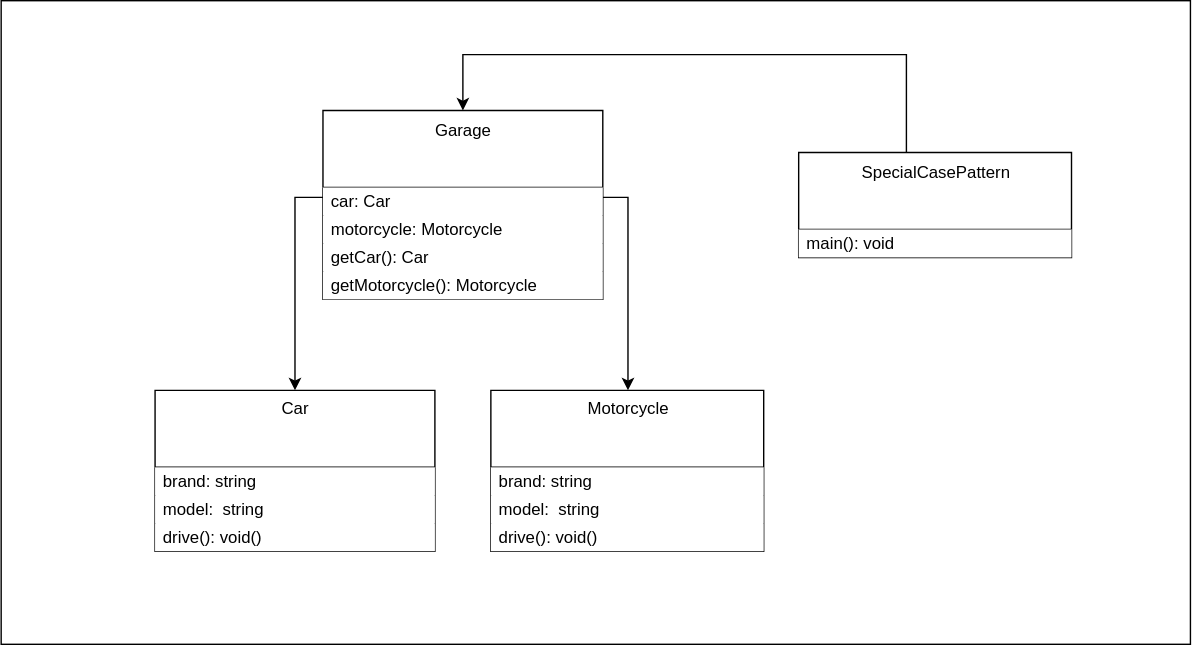
The draw.io diagram images/clean-code-error-handling/SpecialCasePattern-1.svg in GabrielSlima/blog, before a commit. Source tidied: cells renumbered, new cells last; positions are measured from the earlier drawing's top-left corner, leaving out a move shared by most shapes. Source of this version:
```xml
<mxGraphModel>
  <root>
    <mxCell id="0" />
    <mxCell id="1" parent="0" />
    <mxCell id="2" style="rounded=0;whiteSpace=wrap;html=1;fillColor=none;" parent="1" vertex="1">
      <mxGeometry width="850" height="460" as="geometry" />
    </mxCell>
    <mxCell id="3" style="edgeStyle=orthogonalEdgeStyle;rounded=0;jettySize=auto;html=1;" parent="1" edge="1" source="5" target="10">
      <mxGeometry relative="1" as="geometry">
        <Array as="points">
          <mxPoint x="448" y="140.5" />
        </Array>
      </mxGeometry>
    </mxCell>
    <mxCell id="4" style="edgeStyle=orthogonalEdgeStyle;rounded=0;jettySize=auto;html=1;" parent="1" edge="1" source="5" target="14">
      <mxGeometry relative="1" as="geometry">
        <Array as="points">
          <mxPoint x="210" y="140.5" />
        </Array>
      </mxGeometry>
    </mxCell>
    <mxCell id="5" value="Garage" style="swimlane;fontStyle=0;align=center;verticalAlign=top;horizontal=1;startSize=55;html=1;" parent="1" vertex="1">
      <mxGeometry x="230" y="78.5" width="200" height="135" as="geometry" />
    </mxCell>
    <mxCell id="6" value="&lt;div&gt;car: Car&lt;/div&gt;" style="text;html=1;strokeColor=none;align=left;verticalAlign=middle;spacingLeft=4;spacingRight=4;overflow=hidden;fillColor=#ffffff;" parent="5" vertex="1">
      <mxGeometry y="55" width="200" height="20" as="geometry" />
    </mxCell>
    <mxCell id="7" value="&lt;div&gt;motorcycle: Motorcycle&lt;/div&gt;" style="text;html=1;strokeColor=none;align=left;verticalAlign=middle;spacingLeft=4;spacingRight=4;overflow=hidden;fillColor=#ffffff;" parent="5" vertex="1">
      <mxGeometry y="75" width="200" height="20" as="geometry" />
    </mxCell>
    <mxCell id="8" value="&lt;div&gt;getCar(): Car&lt;/div&gt;" style="text;html=1;strokeColor=none;align=left;verticalAlign=middle;spacingLeft=4;spacingRight=4;overflow=hidden;fillColor=#ffffff;" parent="5" vertex="1">
      <mxGeometry y="95" width="200" height="20" as="geometry" />
    </mxCell>
    <mxCell id="9" value="&lt;div&gt;getMotorcycle(): Motorcycle&lt;/div&gt;" style="text;html=1;strokeColor=none;align=left;verticalAlign=middle;spacingLeft=4;spacingRight=4;overflow=hidden;fillColor=#ffffff;" parent="5" vertex="1">
      <mxGeometry y="115" width="200" height="20" as="geometry" />
    </mxCell>
    <mxCell id="10" value="Motorcycle" style="swimlane;fontStyle=0;align=center;verticalAlign=top;horizontal=1;startSize=55;html=1;" parent="1" vertex="1">
      <mxGeometry x="350" y="278.5" width="195" height="115" as="geometry" />
    </mxCell>
    <mxCell id="11" value="brand: string" style="text;html=1;strokeColor=none;align=left;verticalAlign=middle;spacingLeft=4;spacingRight=4;overflow=hidden;fillColor=#ffffff;" parent="10" vertex="1">
      <mxGeometry y="55" width="195" height="20" as="geometry" />
    </mxCell>
    <mxCell id="12" value="&lt;div&gt;model:&amp;nbsp; string&lt;/div&gt;" style="text;html=1;strokeColor=none;align=left;verticalAlign=middle;spacingLeft=4;spacingRight=4;overflow=hidden;fillColor=#ffffff;" parent="10" vertex="1">
      <mxGeometry y="75" width="195" height="20" as="geometry" />
    </mxCell>
    <mxCell id="13" value="&lt;div&gt;drive(): void()&lt;/div&gt;" style="text;html=1;strokeColor=none;align=left;verticalAlign=middle;spacingLeft=4;spacingRight=4;overflow=hidden;fillColor=#ffffff;" parent="10" vertex="1">
      <mxGeometry y="95" width="195" height="20" as="geometry" />
    </mxCell>
    <mxCell id="14" value="Car" style="swimlane;fontStyle=0;align=center;verticalAlign=top;horizontal=1;startSize=55;html=1;" parent="1" vertex="1">
      <mxGeometry x="110" y="278.5" width="200" height="115" as="geometry" />
    </mxCell>
    <mxCell id="15" value="brand: string" style="text;html=1;strokeColor=none;align=left;verticalAlign=middle;spacingLeft=4;spacingRight=4;overflow=hidden;fillColor=#ffffff;" parent="14" vertex="1">
      <mxGeometry y="55" width="200" height="20" as="geometry" />
    </mxCell>
    <mxCell id="16" value="&lt;div&gt;model:&amp;nbsp; string&lt;/div&gt;" style="text;html=1;strokeColor=none;align=left;verticalAlign=middle;spacingLeft=4;spacingRight=4;overflow=hidden;fillColor=#ffffff;" parent="14" vertex="1">
      <mxGeometry y="75" width="200" height="20" as="geometry" />
    </mxCell>
    <mxCell id="17" value="&lt;div&gt;drive(): void()&lt;/div&gt;" style="text;html=1;strokeColor=none;align=left;verticalAlign=middle;spacingLeft=4;spacingRight=4;overflow=hidden;fillColor=#ffffff;" parent="14" vertex="1">
      <mxGeometry y="95" width="200" height="20" as="geometry" />
    </mxCell>
    <mxCell id="18" style="edgeStyle=orthogonalEdgeStyle;rounded=0;jettySize=auto;html=1;entryX=0.5;entryY=0;entryDx=0;entryDy=0;" parent="1" edge="1" source="19" target="5">
      <mxGeometry relative="1" as="geometry">
        <Array as="points">
          <mxPoint x="647" y="38.5" />
          <mxPoint x="330" y="38.5" />
        </Array>
      </mxGeometry>
    </mxCell>
    <mxCell id="19" value="SpecialCasePattern" style="swimlane;fontStyle=0;align=center;verticalAlign=top;horizontal=1;startSize=55;html=1;" parent="1" vertex="1">
      <mxGeometry x="570" y="108.5" width="195" height="75" as="geometry" />
    </mxCell>
    <mxCell id="20" value="&lt;div&gt;main(): void&lt;/div&gt;" style="text;html=1;strokeColor=none;align=left;verticalAlign=middle;spacingLeft=4;spacingRight=4;overflow=hidden;fillColor=#ffffff;" parent="19" vertex="1">
      <mxGeometry y="55" width="195" height="20" as="geometry" />
    </mxCell>
  </root>
</mxGraphModel>
```
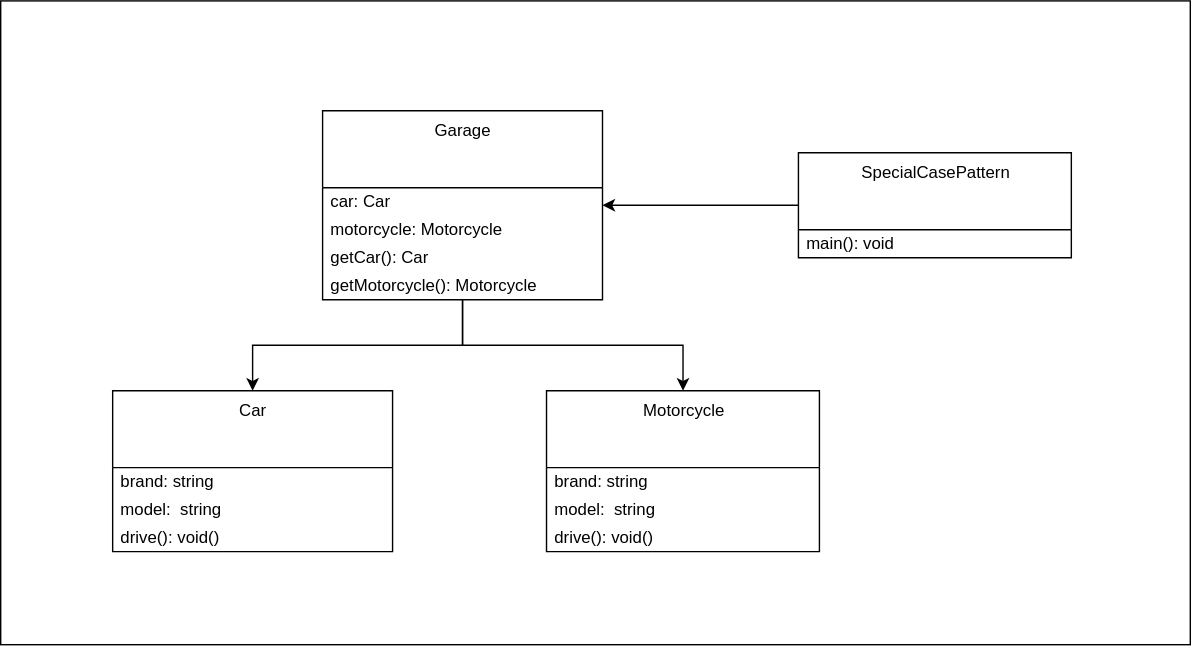
Above is the later version.

Diff of the diagram source:
```diff
@@ -5,71 +5,58 @@
     <mxCell id="2" style="rounded=0;whiteSpace=wrap;html=1;fillColor=none;" parent="1" vertex="1">
       <mxGeometry width="850" height="460" as="geometry" />
     </mxCell>
+    <mxCell id="4" style="edgeStyle=orthogonalEdgeStyle;rounded=0;jettySize=auto;html=1;" parent="1" edge="1" source="5" target="14">
+      <mxGeometry relative="1" as="geometry" />
+    </mxCell>
     <mxCell id="3" style="edgeStyle=orthogonalEdgeStyle;rounded=0;jettySize=auto;html=1;" parent="1" edge="1" source="5" target="10">
-      <mxGeometry relative="1" as="geometry">
-        <Array as="points">
-          <mxPoint x="448" y="140.5" />
-        </Array>
-      </mxGeometry>
+      <mxGeometry relative="1" as="geometry" />
     </mxCell>
-    <mxCell id="4" style="edgeStyle=orthogonalEdgeStyle;rounded=0;jettySize=auto;html=1;" parent="1" edge="1" source="5" target="14">
-      <mxGeometry relative="1" as="geometry">
-        <Array as="points">
-          <mxPoint x="210" y="140.5" />
-        </Array>
-      </mxGeometry>
-    </mxCell>
-    <mxCell id="5" value="Garage" style="swimlane;fontStyle=0;align=center;verticalAlign=top;horizontal=1;startSize=55;html=1;" parent="1" vertex="1">
+    <mxCell id="5" value="Garage" style="swimlane;fontStyle=0;align=center;verticalAlign=top;horizontal=1;startSize=55;html=1;fillColor=none;" parent="1" vertex="1">
       <mxGeometry x="230" y="78.5" width="200" height="135" as="geometry" />
     </mxCell>
-    <mxCell id="6" value="&lt;div&gt;car: Car&lt;/div&gt;" style="text;html=1;strokeColor=none;align=left;verticalAlign=middle;spacingLeft=4;spacingRight=4;overflow=hidden;fillColor=#ffffff;" parent="5" vertex="1">
+    <mxCell id="6" value="&lt;div&gt;car: Car&lt;/div&gt;" style="text;html=1;strokeColor=none;align=left;verticalAlign=middle;spacingLeft=4;spacingRight=4;overflow=hidden;" parent="5" vertex="1">
       <mxGeometry y="55" width="200" height="20" as="geometry" />
     </mxCell>
-    <mxCell id="7" value="&lt;div&gt;motorcycle: Motorcycle&lt;/div&gt;" style="text;html=1;strokeColor=none;align=left;verticalAlign=middle;spacingLeft=4;spacingRight=4;overflow=hidden;fillColor=#ffffff;" parent="5" vertex="1">
+    <mxCell id="7" value="&lt;div&gt;motorcycle: Motorcycle&lt;/div&gt;" style="text;html=1;strokeColor=none;align=left;verticalAlign=middle;spacingLeft=4;spacingRight=4;overflow=hidden;" parent="5" vertex="1">
       <mxGeometry y="75" width="200" height="20" as="geometry" />
     </mxCell>
-    <mxCell id="8" value="&lt;div&gt;getCar(): Car&lt;/div&gt;" style="text;html=1;strokeColor=none;align=left;verticalAlign=middle;spacingLeft=4;spacingRight=4;overflow=hidden;fillColor=#ffffff;" parent="5" vertex="1">
+    <mxCell id="8" value="&lt;div&gt;getCar(): Car&lt;/div&gt;" style="text;html=1;strokeColor=none;align=left;verticalAlign=middle;spacingLeft=4;spacingRight=4;overflow=hidden;" parent="5" vertex="1">
       <mxGeometry y="95" width="200" height="20" as="geometry" />
     </mxCell>
-    <mxCell id="9" value="&lt;div&gt;getMotorcycle(): Motorcycle&lt;/div&gt;" style="text;html=1;strokeColor=none;align=left;verticalAlign=middle;spacingLeft=4;spacingRight=4;overflow=hidden;fillColor=#ffffff;" parent="5" vertex="1">
+    <mxCell id="9" value="&lt;div&gt;getMotorcycle(): Motorcycle&lt;/div&gt;" style="text;html=1;strokeColor=none;align=left;verticalAlign=middle;spacingLeft=4;spacingRight=4;overflow=hidden;" parent="5" vertex="1">
       <mxGeometry y="115" width="200" height="20" as="geometry" />
     </mxCell>
-    <mxCell id="10" value="Motorcycle" style="swimlane;fontStyle=0;align=center;verticalAlign=top;horizontal=1;startSize=55;html=1;" parent="1" vertex="1">
-      <mxGeometry x="350" y="278.5" width="195" height="115" as="geometry" />
+    <mxCell id="10" value="Motorcycle" style="swimlane;fontStyle=0;align=center;verticalAlign=top;horizontal=1;startSize=55;html=1;fillColor=none;" parent="1" vertex="1">
+      <mxGeometry x="390" y="278.5" width="195" height="115" as="geometry" />
     </mxCell>
-    <mxCell id="11" value="brand: string" style="text;html=1;strokeColor=none;align=left;verticalAlign=middle;spacingLeft=4;spacingRight=4;overflow=hidden;fillColor=#ffffff;" parent="10" vertex="1">
+    <mxCell id="11" value="brand: string" style="text;html=1;strokeColor=none;align=left;verticalAlign=middle;spacingLeft=4;spacingRight=4;overflow=hidden;" parent="10" vertex="1">
       <mxGeometry y="55" width="195" height="20" as="geometry" />
     </mxCell>
-    <mxCell id="12" value="&lt;div&gt;model:&amp;nbsp; string&lt;/div&gt;" style="text;html=1;strokeColor=none;align=left;verticalAlign=middle;spacingLeft=4;spacingRight=4;overflow=hidden;fillColor=#ffffff;" parent="10" vertex="1">
+    <mxCell id="12" value="&lt;div&gt;model:&amp;nbsp; string&lt;/div&gt;" style="text;html=1;strokeColor=none;align=left;verticalAlign=middle;spacingLeft=4;spacingRight=4;overflow=hidden;" parent="10" vertex="1">
       <mxGeometry y="75" width="195" height="20" as="geometry" />
     </mxCell>
-    <mxCell id="13" value="&lt;div&gt;drive(): void()&lt;/div&gt;" style="text;html=1;strokeColor=none;align=left;verticalAlign=middle;spacingLeft=4;spacingRight=4;overflow=hidden;fillColor=#ffffff;" parent="10" vertex="1">
+    <mxCell id="13" value="&lt;div&gt;drive(): void()&lt;/div&gt;" style="text;html=1;strokeColor=none;align=left;verticalAlign=middle;spacingLeft=4;spacingRight=4;overflow=hidden;" parent="10" vertex="1">
       <mxGeometry y="95" width="195" height="20" as="geometry" />
     </mxCell>
-    <mxCell id="14" value="Car" style="swimlane;fontStyle=0;align=center;verticalAlign=top;horizontal=1;startSize=55;html=1;" parent="1" vertex="1">
-      <mxGeometry x="110" y="278.5" width="200" height="115" as="geometry" />
+    <mxCell id="14" value="Car" style="swimlane;fontStyle=0;align=center;verticalAlign=top;horizontal=1;startSize=55;html=1;fillColor=none;" parent="1" vertex="1">
+      <mxGeometry x="80" y="278.5" width="200" height="115" as="geometry" />
     </mxCell>
-    <mxCell id="15" value="brand: string" style="text;html=1;strokeColor=none;align=left;verticalAlign=middle;spacingLeft=4;spacingRight=4;overflow=hidden;fillColor=#ffffff;" parent="14" vertex="1">
+    <mxCell id="15" value="brand: string" style="text;html=1;strokeColor=none;align=left;verticalAlign=middle;spacingLeft=4;spacingRight=4;overflow=hidden;" parent="14" vertex="1">
       <mxGeometry y="55" width="200" height="20" as="geometry" />
     </mxCell>
-    <mxCell id="16" value="&lt;div&gt;model:&amp;nbsp; string&lt;/div&gt;" style="text;html=1;strokeColor=none;align=left;verticalAlign=middle;spacingLeft=4;spacingRight=4;overflow=hidden;fillColor=#ffffff;" parent="14" vertex="1">
+    <mxCell id="16" value="&lt;div&gt;model:&amp;nbsp; string&lt;/div&gt;" style="text;html=1;strokeColor=none;align=left;verticalAlign=middle;spacingLeft=4;spacingRight=4;overflow=hidden;" parent="14" vertex="1">
       <mxGeometry y="75" width="200" height="20" as="geometry" />
     </mxCell>
-    <mxCell id="17" value="&lt;div&gt;drive(): void()&lt;/div&gt;" style="text;html=1;strokeColor=none;align=left;verticalAlign=middle;spacingLeft=4;spacingRight=4;overflow=hidden;fillColor=#ffffff;" parent="14" vertex="1">
+    <mxCell id="17" value="&lt;div&gt;drive(): void()&lt;/div&gt;" style="text;html=1;strokeColor=none;align=left;verticalAlign=middle;spacingLeft=4;spacingRight=4;overflow=hidden;" parent="14" vertex="1">
       <mxGeometry y="95" width="200" height="20" as="geometry" />
     </mxCell>
-    <mxCell id="18" style="edgeStyle=orthogonalEdgeStyle;rounded=0;jettySize=auto;html=1;entryX=0.5;entryY=0;entryDx=0;entryDy=0;" parent="1" edge="1" source="19" target="5">
-      <mxGeometry relative="1" as="geometry">
-        <Array as="points">
-          <mxPoint x="647" y="38.5" />
-          <mxPoint x="330" y="38.5" />
-        </Array>
-      </mxGeometry>
+    <mxCell id="18" style="edgeStyle=orthogonalEdgeStyle;rounded=0;jettySize=auto;html=1;" parent="1" edge="1" source="19" target="5">
+      <mxGeometry relative="1" as="geometry" />
     </mxCell>
-    <mxCell id="19" value="SpecialCasePattern" style="swimlane;fontStyle=0;align=center;verticalAlign=top;horizontal=1;startSize=55;html=1;" parent="1" vertex="1">
+    <mxCell id="19" value="SpecialCasePattern" style="swimlane;fontStyle=0;align=center;verticalAlign=top;horizontal=1;startSize=55;html=1;fillColor=none;" parent="1" vertex="1">
       <mxGeometry x="570" y="108.5" width="195" height="75" as="geometry" />
     </mxCell>
-    <mxCell id="20" value="&lt;div&gt;main(): void&lt;/div&gt;" style="text;html=1;strokeColor=none;align=left;verticalAlign=middle;spacingLeft=4;spacingRight=4;overflow=hidden;fillColor=#ffffff;" parent="19" vertex="1">
+    <mxCell id="20" value="&lt;div&gt;main(): void&lt;/div&gt;" style="text;html=1;strokeColor=none;align=left;verticalAlign=middle;spacingLeft=4;spacingRight=4;overflow=hidden;" parent="19" vertex="1">
       <mxGeometry y="55" width="195" height="20" as="geometry" />
     </mxCell>
   </root>
```
